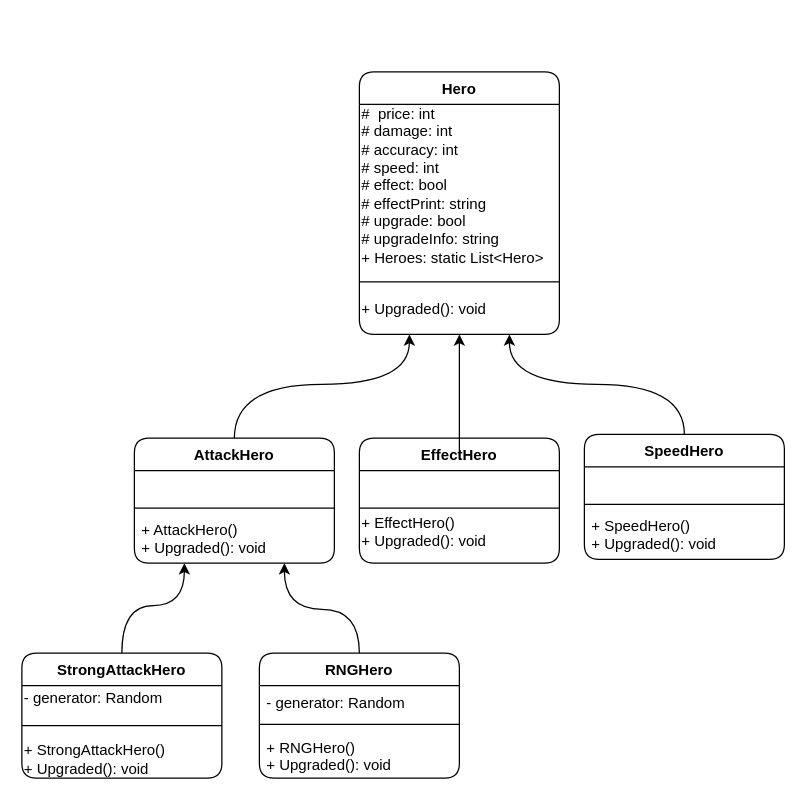
Above: page "Hero" (1 of 3) of Untitled Diagram.drawio in floxxui/Slutprojekt_Prog2 (draw.io), before the change. Source tidied: cells renumbered, new cells numbered last; positions are measured from the earlier drawing's top-left corner, leaving out a move shared by most shapes. Both pictures are drawn from the tidied source at 125%, with x=0, y=0 at pixel (21, 71).
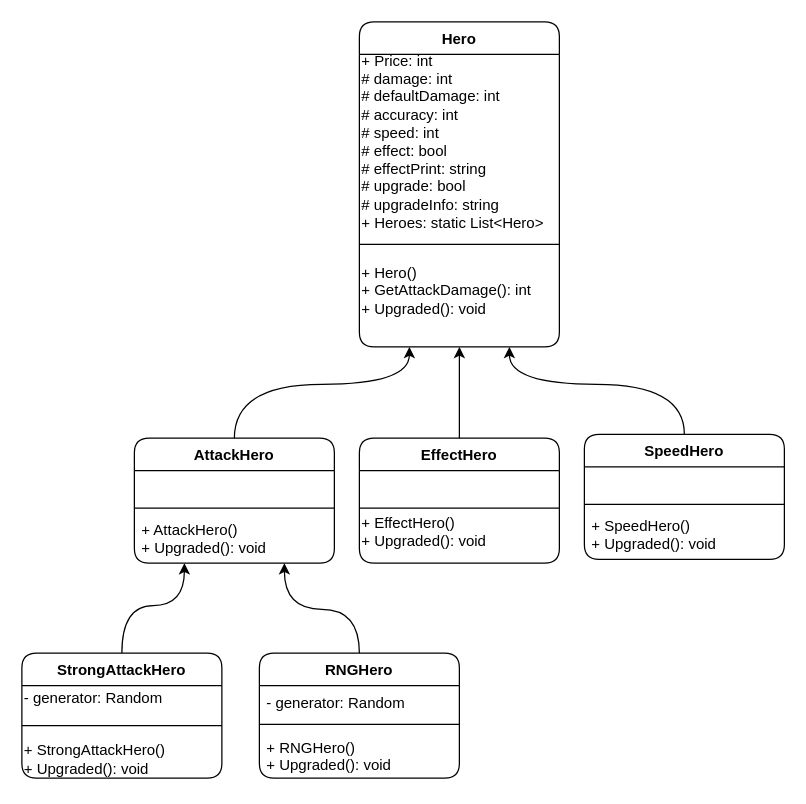
After the change.

Unchanged cells that the change refers to:
```xml
<mxCell id="11" value="EffectHero" style="swimlane;fontStyle=1;align=center;verticalAlign=top;horizontal=1;startSize=26;shadow=0;strokeWidth=1;rounded=1;" parent="1" vertex="1">
  <mxGeometry x="270" y="293" width="160" height="100" as="geometry" />
</mxCell>
```

The edit, as a diff of the source:
```diff
@@
     <mxCell id="2" value="Hero" style="swimlane;fontStyle=1;align=center;verticalAlign=top;horizontal=1;startSize=26;shadow=0;strokeWidth=1;rounded=1;" parent="1" vertex="1">
-      <mxGeometry x="270" width="160" height="210" as="geometry" />
+      <mxGeometry x="270" y="-40" width="160" height="260" as="geometry" />
     </mxCell>
-    <mxCell id="3" value="#&amp;nbsp; price: int&lt;br&gt;# damage: int&lt;br&gt;# accuracy: int&lt;br&gt;# speed: int&lt;br&gt;# effect: bool&lt;br&gt;# effectPrint: string&lt;br&gt;# upgrade: bool&lt;br&gt;# upgradeInfo: string&lt;br&gt;+ Heroes: static List&amp;lt;Hero&amp;gt;" style="text;html=1;align=left;verticalAlign=middle;strokeColor=none;" parent="2" vertex="1">
-      <mxGeometry y="26" width="160" height="130" as="geometry" />
+    <mxCell id="3" value="+ Price: int&lt;br&gt;# damage: int&lt;br&gt;# defaultDamage: int&lt;br&gt;# accuracy: int&lt;br&gt;# speed: int&lt;br&gt;# effect: bool&lt;br&gt;# effectPrint: string&lt;br&gt;# upgrade: bool&lt;br&gt;# upgradeInfo: string&lt;br&gt;+ Heroes: static List&amp;lt;Hero&amp;gt;" style="text;html=1;align=left;verticalAlign=middle;strokeColor=none;" parent="2" vertex="1">
+      <mxGeometry y="26" width="160" height="140" as="geometry" />
     </mxCell>
     <mxCell id="4" style="line;html=1;strokeWidth=1;align=left;verticalAlign=middle;spacingTop=-1;spacingLeft=3;spacingRight=3;labelPosition=right;rounded=1;" parent="2" vertex="1">
-      <mxGeometry y="156" width="160" height="24" as="geometry" />
+      <mxGeometry y="166" width="160" height="24" as="geometry" />
     </mxCell>
-    <mxCell id="5" value="+ Upgraded(): void" style="text;html=1;align=left;verticalAlign=middle;strokeColor=none;" parent="2" vertex="1">
-      <mxGeometry y="180" width="160" height="20" as="geometry" />
+    <mxCell id="5" value="+ Hero()&lt;br&gt;+ GetAttackDamage(): int&lt;br&gt;+ Upgraded(): void" style="text;html=1;align=left;verticalAlign=middle;strokeColor=none;" parent="2" vertex="1">
+      <mxGeometry y="190" width="160" height="50" as="geometry" />
     </mxCell>
@@
     <mxCell id="15" style="endArrow=classic;endFill=1;shadow=0;strokeWidth=1;edgeStyle=elbowEdgeStyle;elbow=vertical;entryX=0.5;entryY=1;entryDx=0;entryDy=0;curved=1;exitX=0.5;exitY=0;exitDx=0;exitDy=0;" parent="1" edge="1" source="11" target="2">
       <mxGeometry relative="1" as="geometry">
         <Array as="points">
-          <mxPoint x="380" y="350" />
+          <mxPoint x="350" y="270" />
         </Array>
       </mxGeometry>
     </mxCell>
```
